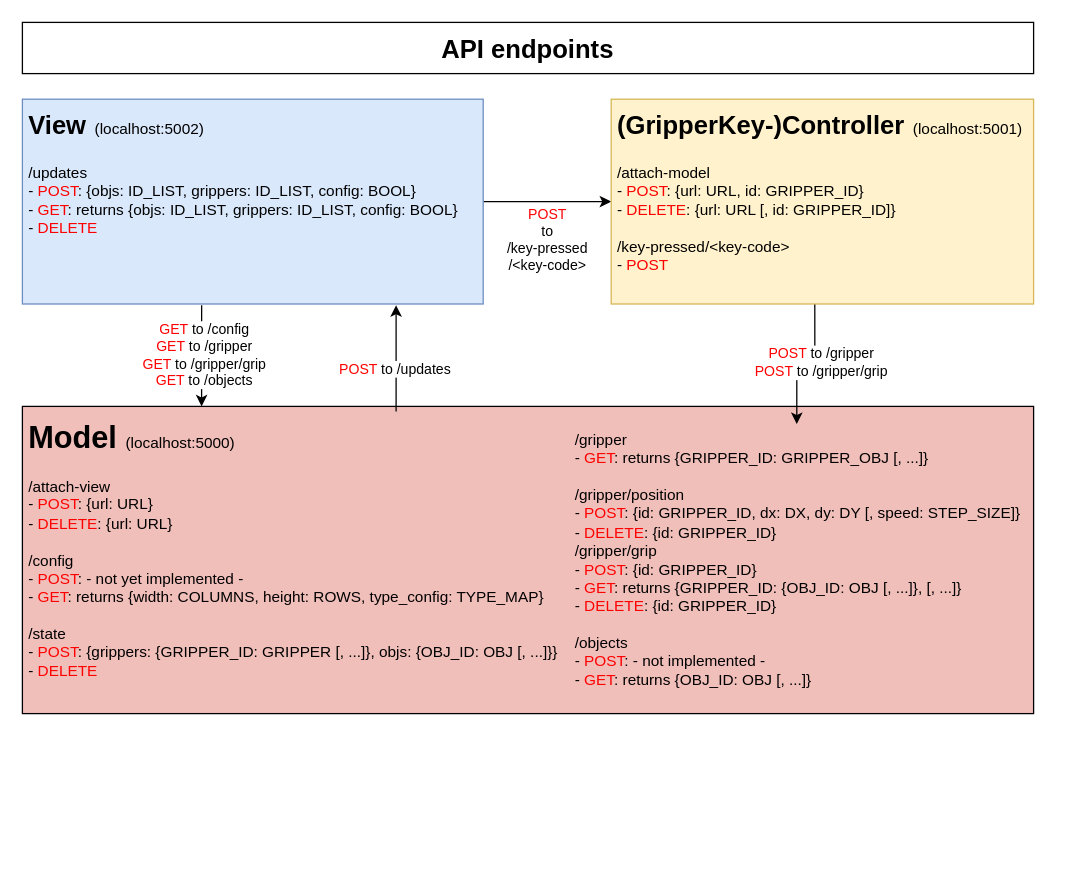
This is page "Page-2" (2 of 2) of resources/img/diagrams.drawio from clp-research/golmi, a draw.io file, before an edit. Source tidied: cells renumbered, new cells numbered last; positions are measured from the earlier drawing's top-left corner, leaving out a move shared by most shapes. Both pictures are drawn from the tidied source at 128%, with x=0, y=0 at pixel (22, 22).
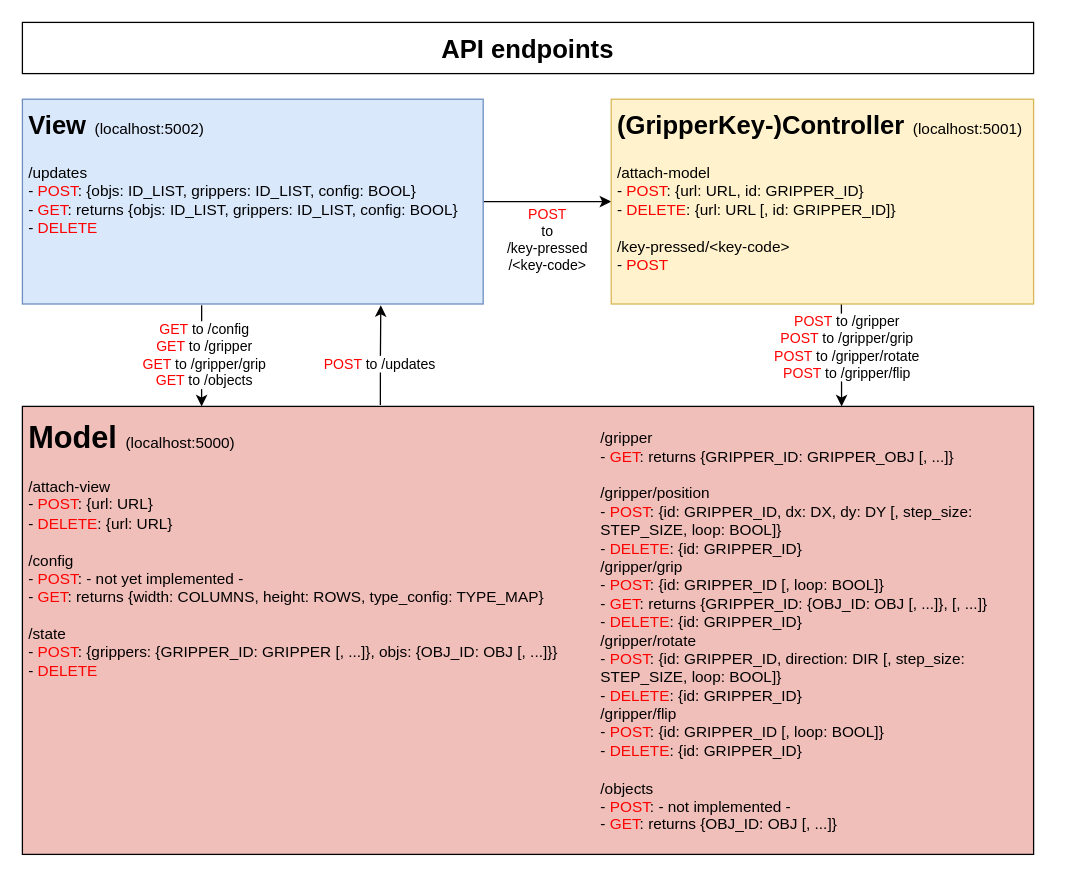
The same diagram, later.

Diff of the diagram source:
```diff
@@
 <mxGraphModel>
   <root>
     <mxCell id="0" />
     <mxCell id="1" parent="0" />
     <mxCell id="2" style="rounded=0;whiteSpace=wrap;html=1;strokeColor=#000000;fillColor=#F1BFBA;" parent="1" vertex="1">
-      <mxGeometry y="300" width="790" height="240" as="geometry" />
+      <mxGeometry y="300" width="790" height="350" as="geometry" />
     </mxCell>
     <mxCell id="3" style="edgeStyle=orthogonalEdgeStyle;rounded=0;jettySize=auto;html=1;exitX=0.389;exitY=1.006;exitDx=0;exitDy=0;endArrow=classic;endFill=1;exitPerimeter=0;" parent="1" edge="1" source="6">
       <mxGeometry relative="1" as="geometry">
         <mxPoint x="140" y="300" as="targetPoint" />
       </mxGeometry>
     </mxCell>
     <mxCell id="4" value="&lt;div&gt;&lt;font color=&quot;#FF0000&quot;&gt;GET&lt;/font&gt; to /config&lt;/div&gt;&lt;div&gt;&lt;font color=&quot;#FF0000&quot;&gt;GET&lt;/font&gt; to /gripper&lt;/div&gt;&lt;div&gt;&lt;font color=&quot;#FF0000&quot;&gt;GET&lt;/font&gt; to /gripper/grip&lt;/div&gt;&lt;div&gt;&lt;font color=&quot;#FF0000&quot;&gt;GET&lt;/font&gt; to /objects&lt;/div&gt;" style="edgeLabel;html=1;align=center;verticalAlign=middle;" parent="3" vertex="1">
       <mxGeometry x="-0.27" y="1" relative="1" as="geometry">
         <mxPoint y="10" as="offset" />
       </mxGeometry>
     </mxCell>
     <mxCell id="5" value="&lt;div&gt;&lt;font color=&quot;#FF0000&quot;&gt;POST&lt;/font&gt;&lt;/div&gt;&lt;div&gt;to&lt;/div&gt;&lt;div&gt; /key-pressed&lt;/div&gt;&lt;div&gt;/&amp;lt;key-code&amp;gt;&lt;br&gt;&lt;/div&gt;" style="edgeStyle=orthogonalEdgeStyle;rounded=0;jettySize=auto;html=1;exitX=1;exitY=0.5;exitDx=0;exitDy=0;" parent="1" edge="1" source="6" target="9">
       <mxGeometry y="-30" relative="1" as="geometry" />
     </mxCell>
     <mxCell id="6" value="&lt;h1&gt;&lt;font style=&quot;font-size: 20px&quot;&gt;View&lt;/font&gt;&lt;font style=&quot;font-size: 12px&quot;&gt;&lt;span style=&quot;font-weight: normal&quot;&gt;&amp;nbsp; (localhost:5002)&lt;/span&gt;&lt;/font&gt;&lt;/h1&gt;&lt;div&gt;/updates&lt;/div&gt;&lt;div&gt;- &lt;font color=&quot;#FF0000&quot;&gt;POST&lt;font color=&quot;#000000&quot;&gt;: {objs: ID_LIST, grippers: ID_LIST, config: BOOL}&lt;/font&gt;&lt;/font&gt;&lt;/div&gt;&lt;div&gt;&lt;font color=&quot;#FF0000&quot;&gt;&lt;font color=&quot;#000000&quot;&gt;- &lt;font color=&quot;#FF0000&quot;&gt;GET&lt;/font&gt;: returns &lt;/font&gt;&lt;/font&gt;&lt;font color=&quot;#FF0000&quot;&gt;&lt;font color=&quot;#000000&quot;&gt;&lt;font color=&quot;#FF0000&quot;&gt;&lt;font color=&quot;#000000&quot;&gt;{objs: ID_LIST, grippers: ID_LIST, config: BOOL}&lt;/font&gt;&lt;/font&gt;&lt;/font&gt;&lt;/font&gt;&lt;/div&gt;&lt;div&gt;&lt;font color=&quot;#FF0000&quot;&gt;&lt;font color=&quot;#000000&quot;&gt;- &lt;font color=&quot;#FF0000&quot;&gt;DELETE&lt;/font&gt;&lt;br&gt;&lt;/font&gt;&lt;/font&gt;&lt;/div&gt;&lt;div&gt;&lt;font color=&quot;#FF0000&quot;&gt;&lt;font color=&quot;#000000&quot;&gt; &lt;/font&gt;&lt;/font&gt;&lt;br&gt;&lt;/div&gt;" style="text;html=1;strokeColor=#6c8ebf;fillColor=#dae8fc;spacing=5;spacingTop=-20;whiteSpace=wrap;overflow=hidden;rounded=0;" parent="1" vertex="1">
       <mxGeometry y="60" width="360" height="160" as="geometry" />
     </mxCell>
-    <mxCell id="7" style="edgeStyle=orthogonalEdgeStyle;rounded=0;jettySize=auto;html=1;exitX=0.482;exitY=0.994;exitDx=0;exitDy=0;entryX=0.5;entryY=0;entryDx=0;entryDy=0;exitPerimeter=0;entryPerimeter=0;" parent="1" edge="1" source="9" target="10">
-      <mxGeometry relative="1" as="geometry" />
+    <mxCell id="7" style="edgeStyle=orthogonalEdgeStyle;rounded=0;jettySize=auto;html=1;exitX=0.545;exitY=1;exitDx=0;exitDy=0;exitPerimeter=0;" parent="1" edge="1" source="9">
+      <mxGeometry relative="1" as="geometry">
+        <mxPoint x="640" y="300" as="targetPoint" />
+      </mxGeometry>
     </mxCell>
-    <mxCell id="8" value="&lt;div&gt;&lt;font color=&quot;#FF0000&quot;&gt;POST &lt;font color=&quot;#000000&quot;&gt;to /gripper&lt;/font&gt;&lt;/font&gt;&lt;/div&gt;&lt;div&gt;&lt;font color=&quot;#FF0000&quot;&gt;POST&lt;/font&gt; to /gripper/grip&lt;br&gt;&lt;/div&gt;" style="edgeLabel;html=1;align=center;verticalAlign=middle;" parent="7" vertex="1">
+    <mxCell id="8" value="&lt;div&gt;&lt;font color=&quot;#FF0000&quot;&gt;POST &lt;font color=&quot;#000000&quot;&gt;to /gripper&lt;/font&gt;&lt;/font&gt;&lt;/div&gt;&lt;div&gt;&lt;font color=&quot;#FF0000&quot;&gt;POST&lt;/font&gt; to /gripper/grip&lt;br&gt;&lt;/div&gt;&lt;div&gt;&lt;div&gt;&lt;font color=&quot;#FF0000&quot;&gt;POST&lt;/font&gt; to /gripper/rotate&lt;br&gt;&lt;div&gt;&lt;font color=&quot;#FF0000&quot;&gt;POST&lt;/font&gt; to /gripper/flip&lt;br&gt;&lt;/div&gt;&lt;/div&gt;&lt;/div&gt;" style="edgeLabel;html=1;align=center;verticalAlign=middle;" parent="7" vertex="1">
       <mxGeometry x="-0.15" y="4" relative="1" as="geometry" />
     </mxCell>
     <mxCell id="9" value="&lt;h1&gt;&lt;font style=&quot;font-size: 20px&quot;&gt;(GripperKey-)Controller&lt;/font&gt;&lt;font style=&quot;font-size: 12px&quot;&gt;&lt;span style=&quot;font-weight: normal&quot;&gt;&amp;nbsp; (localhost:5001)&lt;/span&gt;&lt;br&gt;&lt;/font&gt;&lt;/h1&gt;&lt;div&gt;/attach-model&amp;nbsp; &lt;br&gt;&lt;/div&gt;&lt;div&gt;- &lt;font color=&quot;#FF0000&quot;&gt;POST&lt;/font&gt;: {url: URL, id: GRIPPER_ID}&lt;/div&gt;&lt;div&gt;-&lt;font color=&quot;#FF0000&quot;&gt; DELETE&lt;/font&gt;: {url: URL [, id: GRIPPER_ID]}&lt;/div&gt;&lt;div&gt;&lt;br&gt;&lt;/div&gt;&lt;div&gt;/key-pressed/&amp;lt;key-code&amp;gt; &lt;br&gt;&lt;/div&gt;&lt;div&gt;- &lt;font color=&quot;#FF0000&quot;&gt;POST&lt;/font&gt;&lt;br&gt;&lt;/div&gt;&lt;div&gt;&lt;br&gt;&lt;/div&gt;&lt;div&gt;&lt;br&gt;&lt;/div&gt;" style="text;html=1;strokeColor=#d6b656;fillColor=#fff2cc;spacing=5;spacingTop=-20;whiteSpace=wrap;overflow=hidden;rounded=0;" parent="1" vertex="1">
       <mxGeometry x="460" y="60" width="330" height="160" as="geometry" />
     </mxCell>
-    <mxCell id="10" value="&lt;div&gt;/gripper&lt;/div&gt;&lt;div&gt;- &lt;font color=&quot;#FF0000&quot;&gt;GET&lt;font color=&quot;#000000&quot;&gt;: &lt;/font&gt;&lt;/font&gt;&lt;font color=&quot;#FF0000&quot;&gt;&lt;font color=&quot;#000000&quot;&gt;returns {GRIPPER_ID: GRIPPER_OBJ [, ...]}&lt;/font&gt;&lt;/font&gt;&lt;/div&gt;&lt;div&gt;&lt;br&gt;&lt;/div&gt;&lt;div align=&quot;left&quot;&gt;/gripper/position&lt;/div&gt;&lt;div align=&quot;left&quot;&gt;- &lt;font color=&quot;#FF0000&quot;&gt;POST&lt;/font&gt;: {id: GRIPPER_ID, dx: DX, dy: DY [, speed: STEP_SIZE]}&lt;/div&gt;&lt;div align=&quot;left&quot;&gt;- &lt;font color=&quot;#FF0000&quot;&gt;DELETE&lt;/font&gt;:  {id: GRIPPER_ID}&lt;/div&gt;&lt;div align=&quot;left&quot;&gt;/gripper/grip&lt;br&gt;&lt;/div&gt;&lt;div align=&quot;left&quot;&gt;- &lt;font color=&quot;#FF0000&quot;&gt;POST&lt;/font&gt;: {id: GRIPPER_ID}&lt;/div&gt;&lt;div align=&quot;left&quot;&gt;- &lt;font color=&quot;#FF0000&quot;&gt;GET&lt;/font&gt;: returns {GRIPPER_ID: {OBJ_ID: OBJ [, ...]}, [, ...]}&lt;/div&gt;&lt;div align=&quot;left&quot;&gt;- &lt;font color=&quot;#FF0000&quot;&gt;DELETE&lt;/font&gt;: {id: GRIPPER_ID}&lt;/div&gt;&lt;div align=&quot;left&quot;&gt;&lt;br&gt;&lt;/div&gt;&lt;div align=&quot;left&quot;&gt;/objects&lt;/div&gt;&lt;div align=&quot;left&quot;&gt;- &lt;font color=&quot;#FF0000&quot;&gt;POST&lt;/font&gt;: - not implemented -&lt;/div&gt;&lt;div align=&quot;left&quot;&gt;- &lt;font color=&quot;#FF0000&quot;&gt;GET&lt;/font&gt;: returns {OBJ_ID: OBJ [, ...]}&lt;/div&gt;" style="rounded=0;whiteSpace=wrap;html=1;align=left;strokeColor=none;fillColor=none;" parent="1" vertex="1">
-      <mxGeometry x="430" y="313.8" width="350" height="212.5" as="geometry" />
+    <mxCell id="10" value="&lt;div&gt;/gripper&lt;/div&gt;&lt;div&gt;- &lt;font color=&quot;#FF0000&quot;&gt;GET&lt;font color=&quot;#000000&quot;&gt;: &lt;/font&gt;&lt;/font&gt;&lt;font color=&quot;#FF0000&quot;&gt;&lt;font color=&quot;#000000&quot;&gt;returns {GRIPPER_ID: GRIPPER_OBJ [, ...]}&lt;/font&gt;&lt;/font&gt;&lt;/div&gt;&lt;div&gt;&lt;br&gt;&lt;/div&gt;&lt;div align=&quot;left&quot;&gt;/gripper/position&lt;/div&gt;&lt;div align=&quot;left&quot;&gt;- &lt;font color=&quot;#FF0000&quot;&gt;POST&lt;/font&gt;: {id: GRIPPER_ID, dx: DX, dy: DY [, step_size: STEP_SIZE, loop: BOOL]}&lt;/div&gt;&lt;div align=&quot;left&quot;&gt;- &lt;font color=&quot;#FF0000&quot;&gt;DELETE&lt;/font&gt;:  {id: GRIPPER_ID}&lt;/div&gt;&lt;div align=&quot;left&quot;&gt;/gripper/grip&lt;br&gt;&lt;/div&gt;&lt;div align=&quot;left&quot;&gt;- &lt;font color=&quot;#FF0000&quot;&gt;POST&lt;/font&gt;: {id: GRIPPER_ID [, loop: BOOL]}&lt;/div&gt;&lt;div align=&quot;left&quot;&gt;- &lt;font color=&quot;#FF0000&quot;&gt;GET&lt;/font&gt;: returns {GRIPPER_ID: {OBJ_ID: OBJ [, ...]}, [, ...]}&lt;/div&gt;&lt;div align=&quot;left&quot;&gt;- &lt;font color=&quot;#FF0000&quot;&gt;DELETE&lt;/font&gt;: {id: GRIPPER_ID}&lt;/div&gt;&lt;div align=&quot;left&quot;&gt;/gripper/rotate&lt;/div&gt;&lt;div align=&quot;left&quot;&gt;- &lt;font color=&quot;#FF0000&quot;&gt;POST&lt;/font&gt;: {id: GRIPPER_ID, direction: DIR [, step_size: STEP_SIZE, loop: BOOL]}&lt;/div&gt;&lt;div align=&quot;left&quot;&gt;- &lt;font color=&quot;#FF0000&quot;&gt;DELETE&lt;/font&gt;: {id: GRIPPER_ID}&lt;/div&gt;&lt;div align=&quot;left&quot;&gt;/gripper/flip&lt;/div&gt;&lt;div align=&quot;left&quot;&gt;- &lt;font color=&quot;#FF0000&quot;&gt;POST&lt;/font&gt;: {id: GRIPPER_ID [, loop: BOOL]}&lt;/div&gt;&lt;div align=&quot;left&quot;&gt;- &lt;font color=&quot;#FF0000&quot;&gt;DELETE&lt;/font&gt;: {id: GRIPPER_ID}&lt;br&gt;&lt;/div&gt;&lt;div align=&quot;left&quot;&gt;&lt;br&gt;&lt;/div&gt;&lt;div align=&quot;left&quot;&gt;/objects&lt;/div&gt;&lt;div align=&quot;left&quot;&gt;- &lt;font color=&quot;#FF0000&quot;&gt;POST&lt;/font&gt;: - not implemented -&lt;/div&gt;&lt;div align=&quot;left&quot;&gt;- &lt;font color=&quot;#FF0000&quot;&gt;GET&lt;/font&gt;: returns {OBJ_ID: OBJ [, ...]}&lt;/div&gt;" style="rounded=0;whiteSpace=wrap;html=1;align=left;strokeColor=none;fillColor=none;" parent="1" vertex="1">
+      <mxGeometry x="450" y="370" width="350" height="212.5" as="geometry" />
     </mxCell>
-    <mxCell id="11" style="edgeStyle=orthogonalEdgeStyle;rounded=0;jettySize=auto;html=1;exitX=0.679;exitY=-0.004;exitDx=0;exitDy=0;entryX=0.811;entryY=1.006;entryDx=0;entryDy=0;entryPerimeter=0;endArrow=classic;endFill=1;exitPerimeter=0;" parent="1" edge="1" source="13" target="6">
-      <mxGeometry relative="1" as="geometry" />
+    <mxCell id="11" style="edgeStyle=orthogonalEdgeStyle;rounded=0;jettySize=auto;html=1;exitX=0.354;exitY=-0.003;exitDx=0;exitDy=0;endArrow=classic;endFill=1;exitPerimeter=0;" parent="1" edge="1" source="2">
+      <mxGeometry relative="1" as="geometry">
+        <mxPoint x="280" y="221" as="targetPoint" />
+      </mxGeometry>
     </mxCell>
     <mxCell id="12" value="&lt;font color=&quot;#FF0000&quot;&gt;POST&lt;/font&gt; to /updates" style="edgeLabel;html=1;align=center;verticalAlign=middle;" parent="11" vertex="1">
       <mxGeometry x="-0.21" y="2" relative="1" as="geometry">
         <mxPoint x="1" y="-1" as="offset" />
       </mxGeometry>
     </mxCell>
     <mxCell id="13" value="&lt;h1&gt;Model&lt;font style=&quot;font-size: 12px&quot;&gt;&lt;span style=&quot;font-weight: normal&quot;&gt;&amp;nbsp; (localhost:5000)&lt;/span&gt;&lt;/font&gt;&lt;/h1&gt;&lt;div&gt;/attach-view&lt;/div&gt;&lt;div&gt;- &lt;font color=&quot;#FF0000&quot;&gt;POST&lt;/font&gt;: {url: URL}&lt;/div&gt;&lt;div&gt;- &lt;font color=&quot;#FF0000&quot;&gt;DELETE&lt;font color=&quot;#000000&quot;&gt;: &lt;/font&gt;&lt;/font&gt;{url: URL}&lt;/div&gt;&lt;div&gt;&lt;br&gt;&lt;/div&gt;&lt;div&gt;/config&lt;/div&gt;&lt;div&gt;- &lt;font color=&quot;#FF0000&quot;&gt;POST&lt;/font&gt;: - not yet implemented -&lt;/div&gt;&lt;div&gt;- &lt;font color=&quot;#FF0000&quot;&gt;GET&lt;/font&gt;: returns {width: COLUMNS, height: ROWS, type_config: TYPE_MAP}&lt;br&gt;&lt;/div&gt;&lt;div&gt;&lt;br&gt;&lt;/div&gt;&lt;div&gt;/state&lt;/div&gt;&lt;div&gt;- &lt;font color=&quot;#FF0000&quot;&gt;POST&lt;/font&gt;: {grippers: {GRIPPER_ID: GRIPPER [, ...]}, objs: {OBJ_ID: OBJ [, ...]}}&lt;/div&gt;&lt;div&gt;-&lt;font color=&quot;#FF0000&quot;&gt; DELETE&lt;/font&gt;&lt;br&gt;&lt;/div&gt;&lt;div&gt;&lt;br&gt;&lt;/div&gt;" style="text;html=1;spacing=5;spacingTop=-20;whiteSpace=wrap;overflow=hidden;rounded=0;" parent="1" vertex="1">
       <mxGeometry y="305" width="430" height="230" as="geometry" />
     </mxCell>
     <mxCell id="14" value="&lt;b&gt;&lt;font style=&quot;font-size: 20px&quot;&gt;API endpoints&lt;/font&gt;&lt;/b&gt;" style="text;html=1;fillColor=none;align=center;verticalAlign=middle;whiteSpace=wrap;rounded=0;strokeColor=#000000;" parent="1" vertex="1">
       <mxGeometry width="790" height="40" as="geometry" />
     </mxCell>
   </root>
 </mxGraphModel>
```
